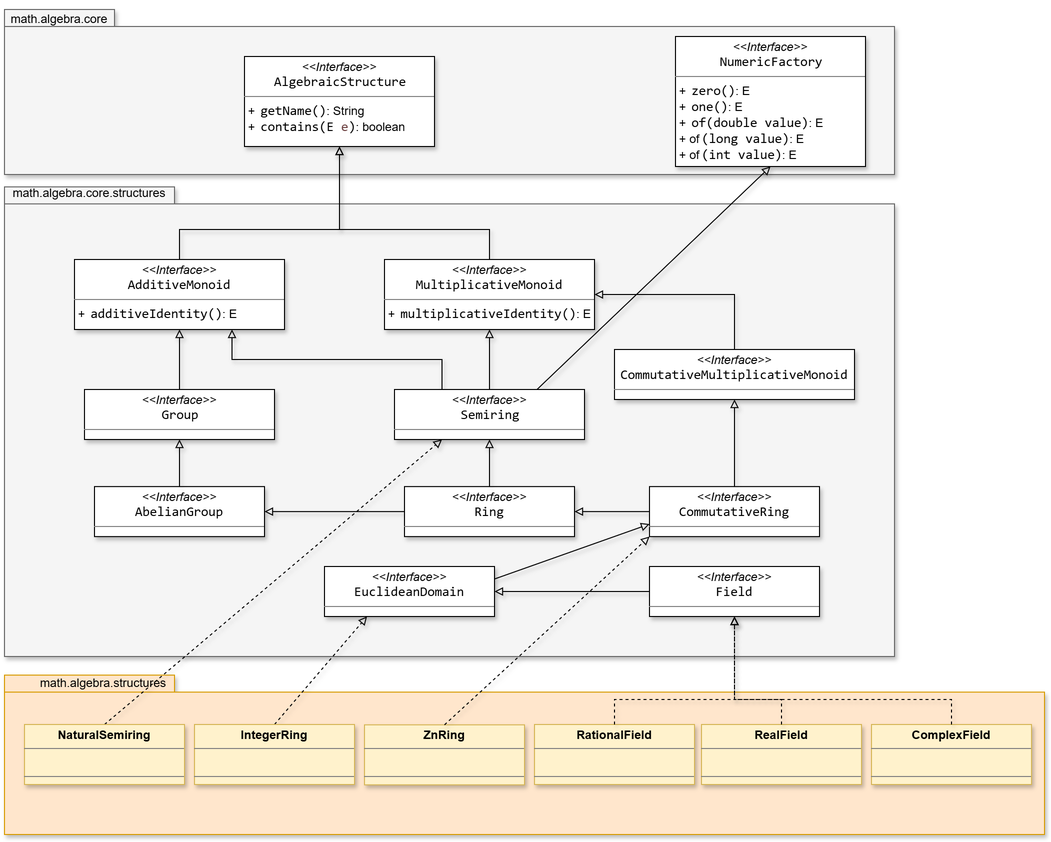
Before: resources/SMFN-algebra-structures.drawio.png, a diagram exported from draw.io (gom9000/SMFN). Source tidied: cells renumbered, new cells last; positions are measured from the earlier drawing's top-left corner, leaving out a move shared by most shapes.
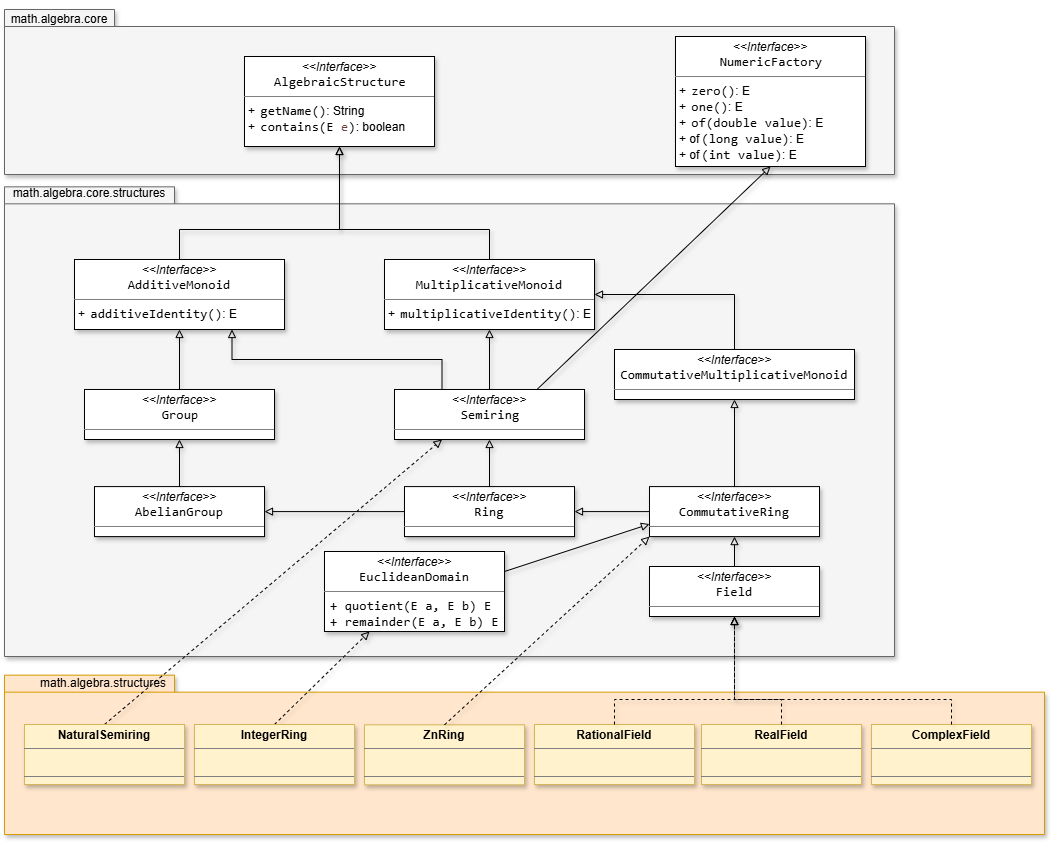
After the commit.

The edit, as a diff of the source:
```diff
@@ -38,7 +38,7 @@
     <mxCell id="13" value="math.algebra.core.structures" style="text;html=1;whiteSpace=wrap;strokeColor=none;fillColor=none;align=center;verticalAlign=middle;rounded=0;shadow=1;" parent="11" vertex="1">
       <mxGeometry x="20" y="16.9" width="130.1" height="20.3" as="geometry" />
     </mxCell>
-    <mxCell id="14" style="edgeStyle=orthogonalEdgeStyle;rounded=0;jettySize=auto;html=1;exitX=0;exitY=0.5;exitDx=0;exitDy=0;entryX=1;entryY=0.5;entryDx=0;entryDy=0;strokeColor=default;align=center;verticalAlign=middle;fontFamily=Helvetica;fontSize=11;fontColor=default;labelBackgroundColor=default;endArrow=block;endFill=0;shadow=1;" parent="11" edge="1" source="18" target="22">
+    <mxCell id="14" style="edgeStyle=orthogonalEdgeStyle;rounded=0;jettySize=auto;html=1;exitX=0.5;exitY=0;exitDx=0;exitDy=0;entryX=0.5;entryY=1;entryDx=0;entryDy=0;strokeColor=default;align=center;verticalAlign=middle;fontFamily=Helvetica;fontSize=11;fontColor=default;labelBackgroundColor=default;endArrow=block;endFill=0;shadow=1;" parent="11" edge="1" source="18" target="17">
       <mxGeometry relative="1" as="geometry" />
     </mxCell>
     <mxCell id="15" style="edgeStyle=orthogonalEdgeStyle;rounded=0;jettySize=auto;html=1;exitX=0;exitY=0.5;exitDx=0;exitDy=0;entryX=1;entryY=0.5;entryDx=0;entryDy=0;strokeColor=default;align=center;verticalAlign=middle;fontFamily=Helvetica;fontSize=11;fontColor=default;labelBackgroundColor=default;endArrow=block;endFill=0;shadow=1;" parent="11" edge="1" source="17" target="20">
@@ -62,8 +62,8 @@
     <mxCell id="21" style="rounded=0;jettySize=auto;html=1;exitX=1;exitY=0.25;exitDx=0;exitDy=0;entryX=0;entryY=0.75;entryDx=0;entryDy=0;shadow=1;strokeColor=default;align=center;verticalAlign=middle;fontFamily=Helvetica;fontSize=11;fontColor=default;labelBackgroundColor=default;endArrow=block;endFill=0;" parent="11" edge="1" source="22" target="17">
       <mxGeometry relative="1" as="geometry" />
     </mxCell>
-    <mxCell id="22" value="&lt;p style=&quot;margin:0px;margin-top:4px;text-align:center;&quot;&gt;&lt;i&gt;&amp;lt;&amp;lt;Interface&amp;gt;&amp;gt;&lt;/i&gt;&lt;br&gt;&lt;span style=&quot;font-family: Consolas; font-size: 13.3333px; white-space: pre;&quot;&gt;EuclideanDomain&lt;/span&gt;&lt;/p&gt;&lt;hr size=&quot;1&quot; style=&quot;border-style:solid;&quot;&gt;&lt;p style=&quot;margin:0px;margin-left:4px;&quot;&gt;&lt;/p&gt;&lt;p style=&quot;margin:0px;margin-left:4px;&quot;&gt;&lt;br&gt;&lt;/p&gt;" style="verticalAlign=top;align=left;overflow=fill;html=1;whiteSpace=wrap;labelBackgroundColor=none;shadow=1;" parent="11" vertex="1">
-      <mxGeometry x="320" y="400" width="170" height="50" as="geometry" />
+    <mxCell id="22" value="&lt;p style=&quot;margin:0px;margin-top:4px;text-align:center;&quot;&gt;&lt;i&gt;&amp;lt;&amp;lt;Interface&amp;gt;&amp;gt;&lt;/i&gt;&lt;br&gt;&lt;span style=&quot;font-family: Consolas; font-size: 13.3333px; white-space: pre;&quot;&gt;EuclideanDomain&lt;/span&gt;&lt;/p&gt;&lt;hr size=&quot;1&quot; style=&quot;border-style:solid;&quot;&gt;&lt;p style=&quot;margin:0px;margin-left:4px;&quot;&gt;&lt;/p&gt;&lt;p style=&quot;margin:0px;margin-left:4px;&quot;&gt;&lt;span style=&quot;background-color:#ffffff;padding:0px 0px 0px 2px;&quot;&gt;&lt;span style=&quot;font-family: Consolas; font-size: 10pt; white-space-collapse: preserve;&quot;&gt;+ quotient(E a, E b) E&lt;/span&gt;&lt;/span&gt;&lt;/p&gt;&lt;p style=&quot;margin:0px;margin-left:4px;&quot;&gt;&lt;span style=&quot;background-color:#ffffff;padding:0px 0px 0px 2px;&quot;&gt;&lt;span style=&quot;font-family: Consolas; font-size: 10pt; white-space-collapse: preserve;&quot;&gt;+ &lt;/span&gt;&lt;/span&gt;&lt;span style=&quot;font-family: Consolas; font-size: 10pt; white-space-collapse: preserve; background-color: rgb(255, 255, 255); color: light-dark(rgb(0, 0, 0), rgb(255, 255, 255));&quot;&gt;remainder(E a, E b) E&lt;/span&gt;&lt;/p&gt;" style="verticalAlign=top;align=left;overflow=fill;html=1;whiteSpace=wrap;labelBackgroundColor=none;shadow=1;" parent="11" vertex="1">
+      <mxGeometry x="320" y="385" width="180" height="80" as="geometry" />
     </mxCell>
     <mxCell id="23" value="&lt;p style=&quot;margin:0px;margin-top:4px;text-align:center;&quot;&gt;&lt;i&gt;&amp;lt;&amp;lt;Interface&amp;gt;&amp;gt;&lt;/i&gt;&lt;br&gt;&lt;span style=&quot;padding: 0px 0px 0px 2px;&quot;&gt;&lt;span style=&quot;font-family: Consolas; font-size: 10pt; white-space: pre;&quot;&gt;&lt;span style=&quot;&quot;&gt;AlgebraicStructure&lt;/span&gt;&lt;/span&gt;&lt;/span&gt;&lt;/p&gt;&lt;hr size=&quot;1&quot; style=&quot;border-style:solid;&quot;&gt;&lt;p style=&quot;margin:0px;margin-left:4px;&quot;&gt;&lt;/p&gt;&lt;p style=&quot;margin:0px;margin-left:4px;&quot;&gt;+&amp;nbsp;&lt;span style=&quot;padding: 0px 0px 0px 2px;&quot;&gt;&lt;span style=&quot;font-family: Consolas; font-size: 10pt; white-space: pre;&quot;&gt;&lt;span style=&quot;&quot;&gt;getName&lt;/span&gt;()&lt;/span&gt;&lt;/span&gt;: String&lt;br&gt;+&amp;nbsp;&lt;span style=&quot;padding: 0px 0px 0px 2px;&quot;&gt;&lt;span style=&quot;font-family: Consolas; font-size: 10pt; white-space: pre;&quot;&gt;&lt;span style=&quot;&quot;&gt;contains&lt;/span&gt;(E &lt;span style=&quot;color:#6a3e3e;&quot;&gt;e&lt;/span&gt;)&lt;/span&gt;&lt;/span&gt;: boolean&lt;/p&gt;" style="verticalAlign=top;align=left;overflow=fill;html=1;whiteSpace=wrap;labelBackgroundColor=none;shadow=1;" parent="1" vertex="1">
       <mxGeometry x="240" y="52" width="190" height="90" as="geometry" />
```
